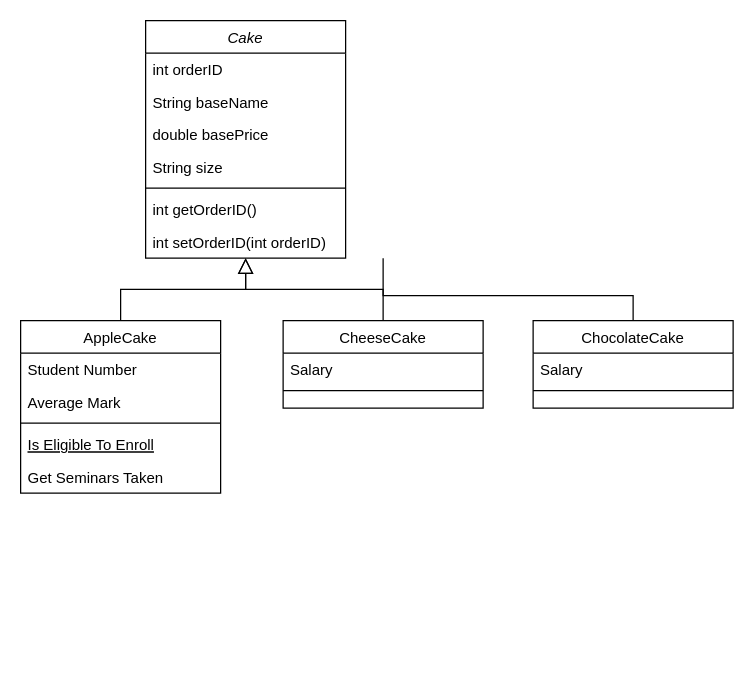
The draw.io diagram CakeClasses.drawio in Amer-Abuyaqob/Cake-Shop, before the edit. Source tidied: cells renumbered, new cells numbered last; positions are measured from the earlier drawing's top-left corner, leaving out a move shared by most shapes. Both pictures are drawn from the tidied source at 125%, with x=0, y=0 at pixel (20, 20).
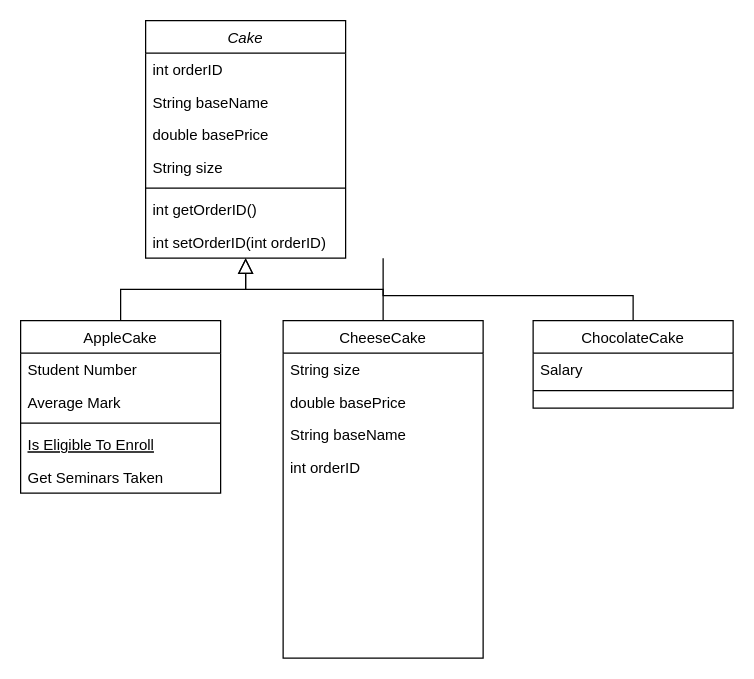
Above is the later version.

Diff of the diagram source:
```diff
@@
     <mxCell id="17" value="CheeseCake" style="swimlane;fontStyle=0;align=center;verticalAlign=top;horizontal=1;startSize=26;rounded=0;shadow=0;strokeWidth=1;" parent="1" vertex="1">
-      <mxGeometry x="210" y="240" width="160" height="70" as="geometry" />
+      <mxGeometry x="210" y="240" width="160" height="270" as="geometry" />
     </mxCell>
-    <mxCell id="18" value="Salary" style="text;align=left;verticalAlign=top;spacingLeft=4;spacingRight=4;overflow=hidden;" parent="17" vertex="1">
-      <mxGeometry y="26" width="160" height="26" as="geometry" />
-    </mxCell>
-    <mxCell id="19" style="line;html=1;strokeWidth=1;align=left;verticalAlign=middle;spacingTop=-1;spacingLeft=3;spacingRight=3;labelPosition=right;" parent="17" vertex="1">
-      <mxGeometry y="52" width="160" height="8" as="geometry" />
-    </mxCell>
+    <mxCell id="25" value="String size" style="text;align=left;verticalAlign=top;spacingLeft=4;spacingRight=4;overflow=hidden;" parent="17" vertex="1">
+      <mxGeometry y="26" width="160" height="26" as="geometry" />
+    </mxCell>
+    <mxCell id="26" value="double basePrice&#10;" style="text;align=left;verticalAlign=top;spacingLeft=4;spacingRight=4;overflow=hidden;rounded=0;shadow=0;html=0;" parent="17" vertex="1">
+      <mxGeometry y="52" width="160" height="26" as="geometry" />
+    </mxCell>
+    <mxCell id="27" value="String baseName" style="text;align=left;verticalAlign=top;spacingLeft=4;spacingRight=4;overflow=hidden;rounded=0;shadow=0;html=0;" parent="17" vertex="1">
+      <mxGeometry y="78" width="160" height="26" as="geometry" />
+    </mxCell>
+    <mxCell id="28" value="int orderID" style="text;align=left;verticalAlign=top;spacingLeft=4;spacingRight=4;overflow=hidden;" parent="17" vertex="1">
+      <mxGeometry y="104" width="160" height="26" as="geometry" />
+    </mxCell>
```
